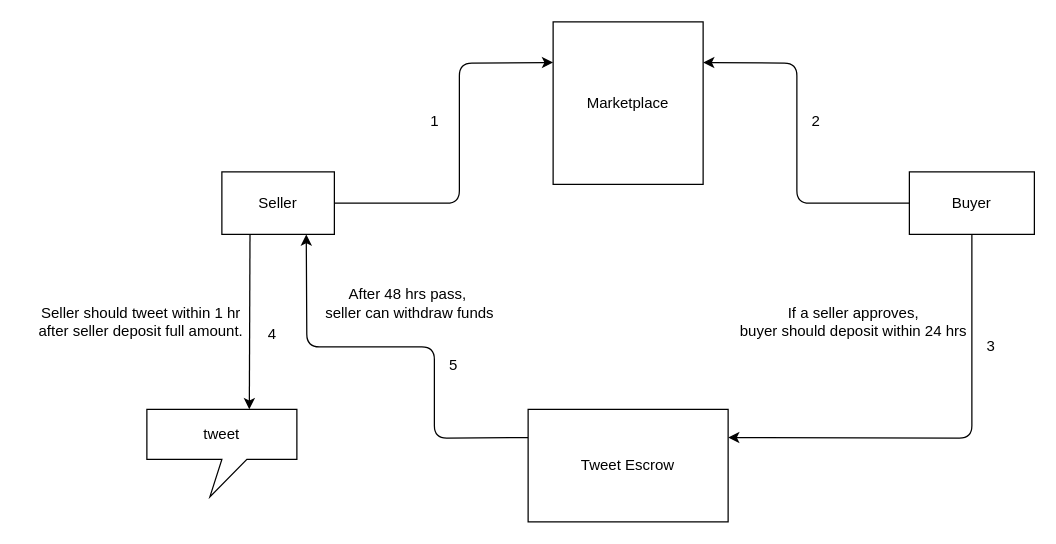
Above: escrow.drawio in endlessbuilder/tweet-escrow-smart-contract (draw.io), before the change. Source tidied: cells renumbered, new cells numbered last; positions are measured from the earlier drawing's top-left corner, leaving out a move shared by most shapes. Both pictures are drawn from the tidied source at 125%, with x=0, y=0 at pixel (21, 21).
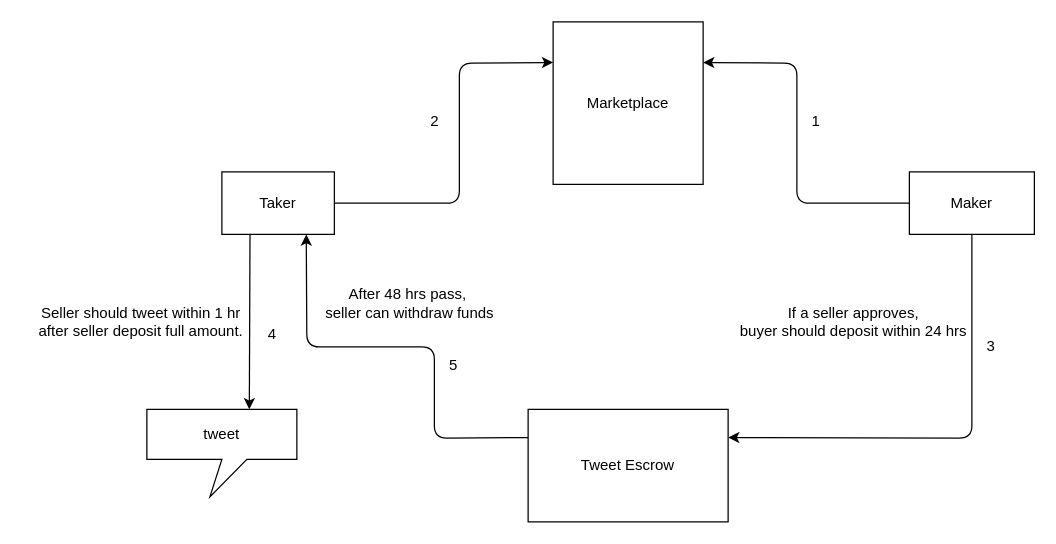
Above is the later version.

What changed in the source:
```diff
@@
-    <mxCell id="4" value="Seller" style="rounded=0;whiteSpace=wrap;html=1;" parent="1" vertex="1">
+    <mxCell id="4" value="Taker" style="rounded=0;whiteSpace=wrap;html=1;" parent="1" vertex="1">
       <mxGeometry x="160" y="120" width="90" height="50" as="geometry" />
     </mxCell>
@@
-    <mxCell id="7" value="Buyer" style="whiteSpace=wrap;html=1;" parent="1" vertex="1">
+    <mxCell id="7" value="Maker" style="whiteSpace=wrap;html=1;" parent="1" vertex="1">
       <mxGeometry x="710" y="120" width="100" height="50" as="geometry" />
     </mxCell>
@@
-    <mxCell id="14" value="1" style="text;html=1;align=center;verticalAlign=middle;strokeColor=none;fillColor=none;" parent="1" vertex="1">
+    <mxCell id="14" value="2" style="text;html=1;align=center;verticalAlign=middle;strokeColor=none;fillColor=none;" parent="1" vertex="1">
       <mxGeometry x="315" y="65" width="30" height="30" as="geometry" />
     </mxCell>
-    <mxCell id="15" value="2" style="text;html=1;align=center;verticalAlign=middle;strokeColor=none;fillColor=none;" parent="1" vertex="1">
+    <mxCell id="15" value="1" style="text;html=1;align=center;verticalAlign=middle;strokeColor=none;fillColor=none;" parent="1" vertex="1">
       <mxGeometry x="620" y="65" width="30" height="30" as="geometry" />
     </mxCell>
```
